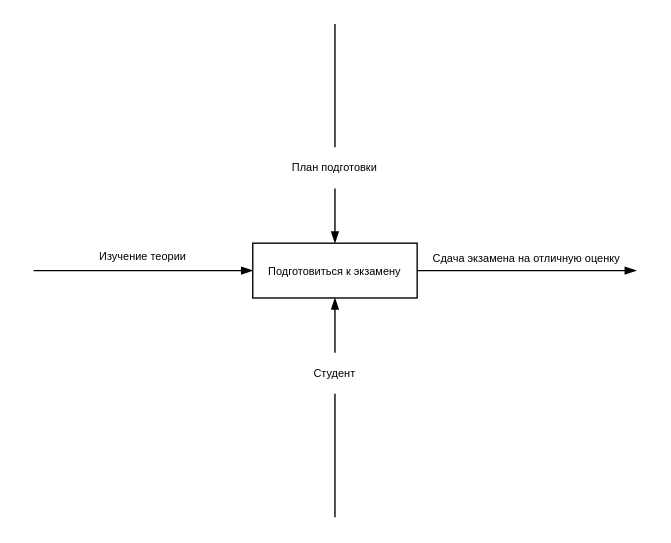
ValeriaLebedeva/IDEFO1 keeps this draw.io diagram as Система порядка подготовки к экзамену.drawio. Above is the earlier version. Source tidied: cells renumbered, new cells numbered last; positions are measured from the earlier drawing's top-left corner, leaving out a move shared by most shapes. Both pictures are drawn from the tidied source at 137%, with x=0, y=0 at pixel (33, 23).
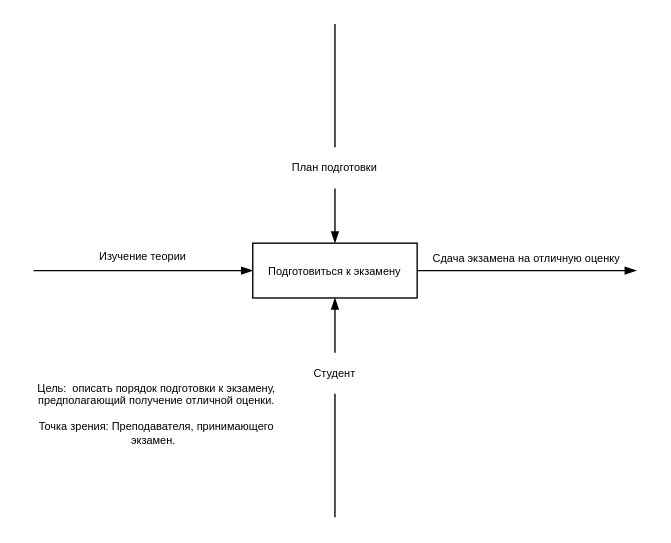
The same diagram, later.

Change to the diagram source:
```diff
@@
 <mxGraphModel>
   <root>
     <mxCell id="0" />
     <mxCell id="1" parent="0" />
     <mxCell id="2" style="endArrow=blockThin;html=1;rounded=0;entryX=0.5;entryY=0;entryDx=0;entryDy=0;endFill=1;startArrow=none;" parent="1" edge="1" source="11" target="3">
       <mxGeometry relative="1" as="geometry" />
     </mxCell>
     <mxCell id="3" value="&lt;font style=&quot;font-size: 8px;&quot;&gt;Подготовиться к экзамену&lt;/font&gt;" style="rounded=0;whiteSpace=wrap;html=1;" parent="1" vertex="1">
       <mxGeometry x="160" y="160" width="120" height="40" as="geometry" />
     </mxCell>
     <mxCell id="4" style="endArrow=blockThin;html=1;rounded=0;entryX=0.5;entryY=1;entryDx=0;entryDy=0;endFill=1;startArrow=none;" parent="1" edge="1" source="9" target="3">
       <mxGeometry relative="1" as="geometry" />
     </mxCell>
     <mxCell id="5" style="endArrow=none;html=1;rounded=0;entryX=1;entryY=0.5;entryDx=0;entryDy=0;endFill=0;startArrow=blockThin;startFill=1;" parent="1" edge="1" target="3">
       <mxGeometry relative="1" as="geometry">
         <mxPoint x="440" y="180" as="sourcePoint" />
       </mxGeometry>
     </mxCell>
     <mxCell id="6" value="&lt;font style=&quot;font-size: 8px;&quot;&gt;Сдача экзамена на отличную оценку&lt;/font&gt;" style="text;html=1;strokeColor=none;fillColor=none;align=center;verticalAlign=middle;whiteSpace=wrap;rounded=0;" parent="1" vertex="1">
       <mxGeometry x="290" y="160" width="140" height="20" as="geometry" />
     </mxCell>
     <mxCell id="7" style="endArrow=blockThin;html=1;rounded=0;endFill=1;" parent="1" edge="1">
       <mxGeometry relative="1" as="geometry">
         <mxPoint y="180" as="sourcePoint" />
         <mxPoint x="160" y="180" as="targetPoint" />
       </mxGeometry>
     </mxCell>
     <mxCell id="8" value="Изучение теории" style="text;html=1;strokeColor=none;fillColor=none;align=center;verticalAlign=middle;whiteSpace=wrap;rounded=0;fontSize=8;" parent="1" vertex="1">
       <mxGeometry x="30" y="155" width="100" height="30" as="geometry" />
     </mxCell>
     <mxCell id="9" value="Студент" style="text;html=1;strokeColor=none;fillColor=none;align=center;verticalAlign=middle;whiteSpace=wrap;rounded=0;fontSize=8;" parent="1" vertex="1">
       <mxGeometry x="190" y="240" width="60" height="30" as="geometry" />
     </mxCell>
     <mxCell id="10" style="endArrow=none;html=1;rounded=0;entryX=0.5;entryY=1;entryDx=0;entryDy=0;endFill=1;" parent="1" edge="1" target="9">
       <mxGeometry relative="1" as="geometry">
         <mxPoint x="220" y="360" as="sourcePoint" />
       </mxGeometry>
     </mxCell>
     <mxCell id="11" value="План подготовки" style="text;html=1;strokeColor=none;fillColor=none;align=center;verticalAlign=middle;whiteSpace=wrap;rounded=0;fontSize=8;" parent="1" vertex="1">
       <mxGeometry x="185" y="90" width="70" height="30" as="geometry" />
     </mxCell>
     <mxCell id="12" style="endArrow=none;html=1;rounded=0;entryX=0.5;entryY=0;entryDx=0;entryDy=0;endFill=1;" parent="1" edge="1" target="11">
       <mxGeometry relative="1" as="geometry">
         <mxPoint x="220" as="sourcePoint" />
       </mxGeometry>
     </mxCell>
+    <mxCell id="13" value="Цель:&amp;nbsp; описать порядок подготовки к экзамену, предполагающий получение отличной оценки.&lt;br&gt;&lt;br&gt;Точка зрения: Преподавателя, принимающего экзамен.&amp;nbsp;&amp;nbsp;" style="text;html=1;strokeColor=none;fillColor=none;align=center;verticalAlign=middle;whiteSpace=wrap;rounded=0;fontSize=8;" parent="1" vertex="1">
+      <mxGeometry y="250" width="180" height="70" as="geometry" />
+    </mxCell>
   </root>
 </mxGraphModel>
```
